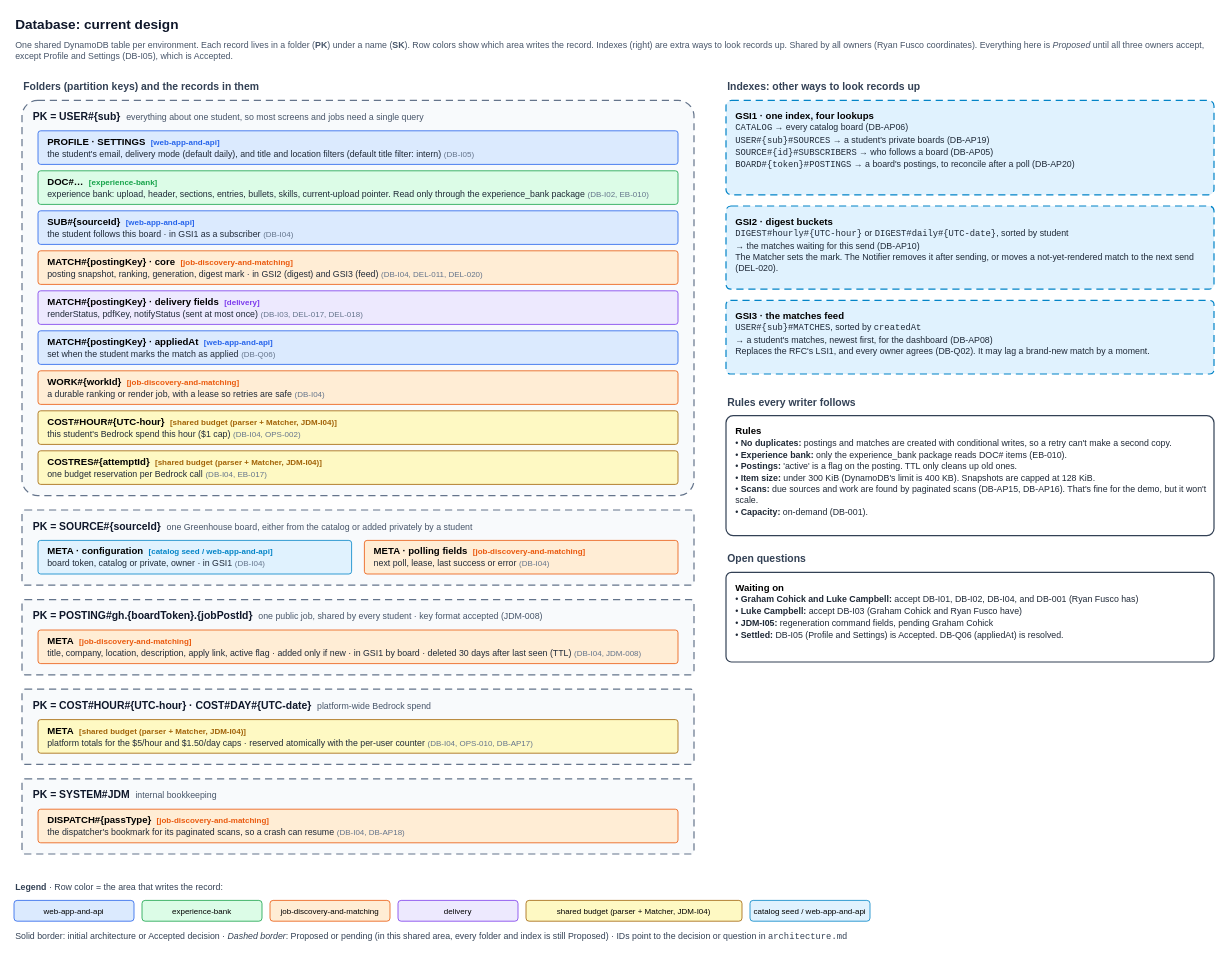
The draw.io diagram planning/architecture/database/architecture.drawio in lukeacampbell/Froop, before the edit. Source tidied: cells renumbered, new cells numbered last; positions are measured from the earlier drawing's top-left corner, leaving out a move shared by most shapes. Both pictures are drawn from the tidied source at 80%, with x=0, y=0 at pixel (14, 14).
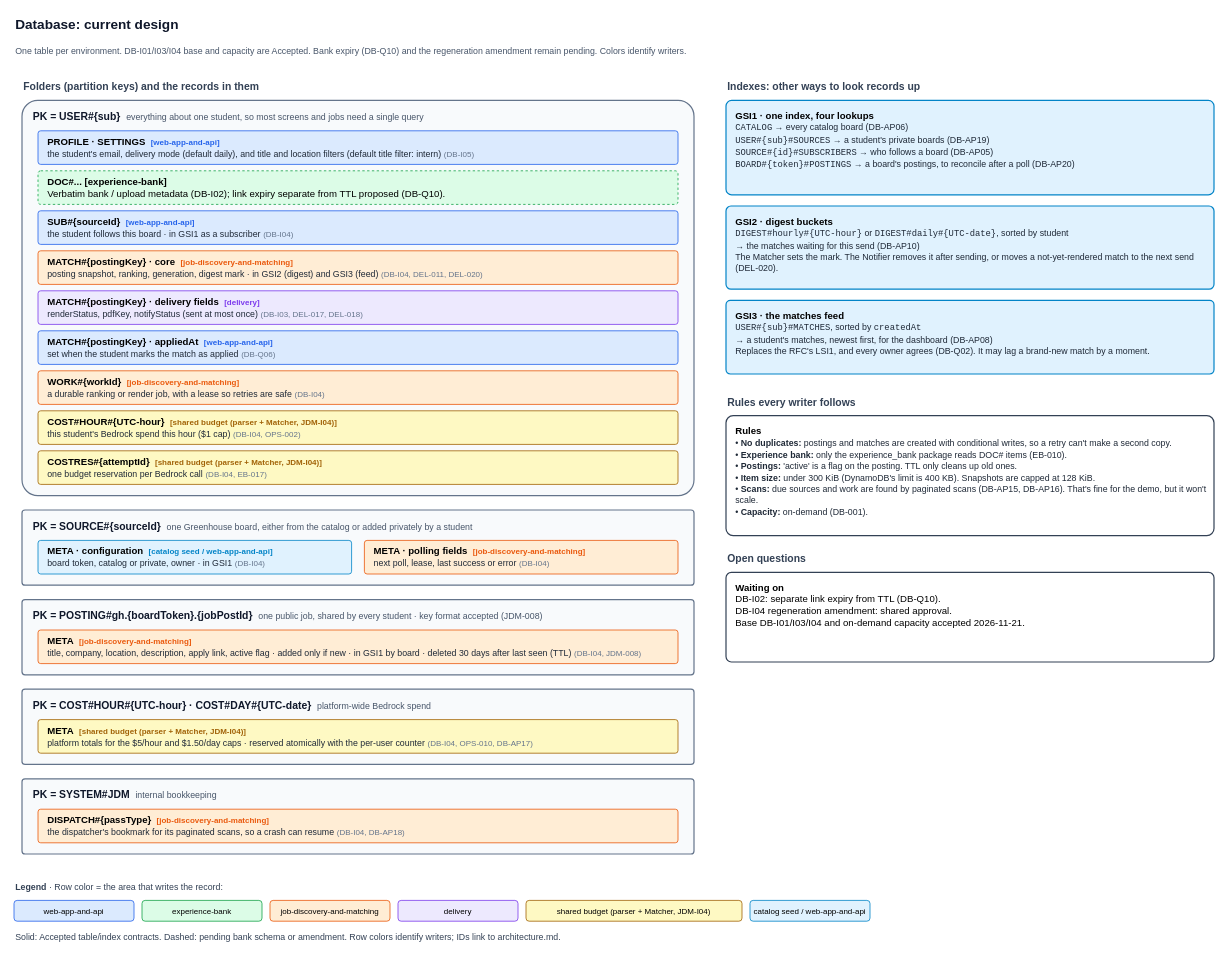
The same page after the edit.

Change to the diagram source:
```diff
@@
-    <mxCell id="3" value="One shared DynamoDB table per environment. Each record lives in a folder (&lt;b&gt;PK&lt;/b&gt;) under a name (&lt;b&gt;SK&lt;/b&gt;). Row colors show which area writes the record. Indexes (right) are extra ways to look records up. Shared by all owners (Ryan Fusco coordinates). Everything here is &lt;i&gt;Proposed&lt;/i&gt; until all three owners accept, except Profile and Settings (DB-I05), which is Accepted." style="text;html=1;align=left;verticalAlign=middle;whiteSpace=wrap;fontSize=11;fontColor=#475569;" parent="1" vertex="1">
+    <mxCell id="3" value="One table per environment. DB-I01/I03/I04 base and capacity are Accepted. Bank expiry (DB-Q10) and the regeneration amendment remain pending. Colors identify writers." style="text;html=1;align=left;verticalAlign=middle;whiteSpace=wrap;fontSize=11;fontColor=#475569;" parent="1" vertex="1">
       <mxGeometry y="28" width="1500" height="36" as="geometry" />
     </mxCell>
@@
-    <mxCell id="5" value="&lt;b&gt;PK = USER#{sub}&lt;/b&gt; &amp;nbsp;&lt;font style='font-size:11px' color='#475569'&gt;everything about one student, so most screens and jobs need a single query&lt;/font&gt;" style="rounded=1;whiteSpace=wrap;html=1;arcSize=4;fillColor=#F8FAFC;strokeColor=#64748B;strokeWidth=1.5;verticalAlign=top;align=left;spacingLeft=12;spacingTop=6;fontSize=13;fontColor=#0F172A;dashed=1;dashPattern=6 4;" parent="1" vertex="1">
+    <mxCell id="5" value="&lt;b&gt;PK = USER#{sub}&lt;/b&gt; &amp;nbsp;&lt;font style='font-size:11px' color='#475569'&gt;everything about one student, so most screens and jobs need a single query&lt;/font&gt;" style="rounded=1;whiteSpace=wrap;html=1;arcSize=4;fillColor=#F8FAFC;strokeColor=#64748B;strokeWidth=1.5;verticalAlign=top;align=left;spacingLeft=12;spacingTop=6;fontSize=13;fontColor=#0F172A;" parent="1" vertex="1">
       <mxGeometry x="10" y="108" width="840" height="494" as="geometry" />
     </mxCell>
@@
-    <mxCell id="7" value="&lt;b&gt;DOC#…&lt;/b&gt; &amp;nbsp;&lt;font style='font-size:10px' color='#16A34A'&gt;&lt;b&gt;[experience-bank]&lt;/b&gt;&lt;/font&gt;&lt;br&gt;&lt;font style='font-size:11px' color='#1F2937'&gt;experience bank: upload, header, sections, entries, bullets, skills, current-upload pointer. Read only through the experience_bank package&lt;/font&gt; &lt;font style='font-size:10px' color='#64748B'&gt;(DB-I02, EB-010)&lt;/font&gt;" style="rounded=1;whiteSpace=wrap;html=1;arcSize=8;fillColor=#DCFCE7;strokeColor=#16A34A;align=left;verticalAlign=middle;spacingLeft=10;fontSize=12;" parent="1" vertex="1">
+    <mxCell id="7" value="&lt;b&gt;DOC#... [experience-bank]&lt;/b&gt;&lt;br&gt;Verbatim bank / upload metadata (DB-I02); link expiry separate from TTL proposed (DB-Q10)." style="dashed=1;rounded=1;whiteSpace=wrap;html=1;arcSize=8;fillColor=#DCFCE7;strokeColor=#16A34A;align=left;verticalAlign=middle;spacingLeft=10;fontSize=12;" parent="1" vertex="1">
       <mxGeometry x="30" y="196" width="800" height="42" as="geometry" />
     </mxCell>
@@
-    <mxCell id="15" value="&lt;b&gt;PK = SOURCE#{sourceId}&lt;/b&gt; &amp;nbsp;&lt;font style='font-size:11px' color='#475569'&gt;one Greenhouse board, either from the catalog or added privately by a student&lt;/font&gt;" style="rounded=1;whiteSpace=wrap;html=1;arcSize=4;fillColor=#F8FAFC;strokeColor=#64748B;strokeWidth=1.5;verticalAlign=top;align=left;spacingLeft=12;spacingTop=6;fontSize=13;fontColor=#0F172A;dashed=1;dashPattern=6 4;" parent="1" vertex="1">
+    <mxCell id="15" value="&lt;b&gt;PK = SOURCE#{sourceId}&lt;/b&gt; &amp;nbsp;&lt;font style='font-size:11px' color='#475569'&gt;one Greenhouse board, either from the catalog or added privately by a student&lt;/font&gt;" style="rounded=1;whiteSpace=wrap;html=1;arcSize=4;fillColor=#F8FAFC;strokeColor=#64748B;strokeWidth=1.5;verticalAlign=top;align=left;spacingLeft=12;spacingTop=6;fontSize=13;fontColor=#0F172A;" parent="1" vertex="1">
       <mxGeometry x="10" y="620" width="840" height="94" as="geometry" />
     </mxCell>
@@
-    <mxCell id="18" value="&lt;b&gt;PK = POSTING#gh.{boardToken}.{jobPostId}&lt;/b&gt; &amp;nbsp;&lt;font style='font-size:11px' color='#475569'&gt;one public job, shared by every student · key format accepted (JDM-008)&lt;/font&gt;" style="rounded=1;whiteSpace=wrap;html=1;arcSize=4;fillColor=#F8FAFC;strokeColor=#64748B;strokeWidth=1.5;verticalAlign=top;align=left;spacingLeft=12;spacingTop=6;fontSize=13;fontColor=#0F172A;dashed=1;dashPattern=6 4;" parent="1" vertex="1">
+    <mxCell id="18" value="&lt;b&gt;PK = POSTING#gh.{boardToken}.{jobPostId}&lt;/b&gt; &amp;nbsp;&lt;font style='font-size:11px' color='#475569'&gt;one public job, shared by every student · key format accepted (JDM-008)&lt;/font&gt;" style="rounded=1;whiteSpace=wrap;html=1;arcSize=4;fillColor=#F8FAFC;strokeColor=#64748B;strokeWidth=1.5;verticalAlign=top;align=left;spacingLeft=12;spacingTop=6;fontSize=13;fontColor=#0F172A;" parent="1" vertex="1">
       <mxGeometry x="10" y="732" width="840" height="94" as="geometry" />
     </mxCell>
@@
-    <mxCell id="20" value="&lt;b&gt;PK = COST#HOUR#{UTC-hour} · COST#DAY#{UTC-date}&lt;/b&gt; &amp;nbsp;&lt;font style='font-size:11px' color='#475569'&gt;platform-wide Bedrock spend&lt;/font&gt;" style="rounded=1;whiteSpace=wrap;html=1;arcSize=4;fillColor=#F8FAFC;strokeColor=#64748B;strokeWidth=1.5;verticalAlign=top;align=left;spacingLeft=12;spacingTop=6;fontSize=13;fontColor=#0F172A;dashed=1;dashPattern=6 4;" parent="1" vertex="1">
+    <mxCell id="20" value="&lt;b&gt;PK = COST#HOUR#{UTC-hour} · COST#DAY#{UTC-date}&lt;/b&gt; &amp;nbsp;&lt;font style='font-size:11px' color='#475569'&gt;platform-wide Bedrock spend&lt;/font&gt;" style="rounded=1;whiteSpace=wrap;html=1;arcSize=4;fillColor=#F8FAFC;strokeColor=#64748B;strokeWidth=1.5;verticalAlign=top;align=left;spacingLeft=12;spacingTop=6;fontSize=13;fontColor=#0F172A;" parent="1" vertex="1">
       <mxGeometry x="10" y="844" width="840" height="94" as="geometry" />
     </mxCell>
@@
-    <mxCell id="22" value="&lt;b&gt;PK = SYSTEM#JDM&lt;/b&gt; &amp;nbsp;&lt;font style='font-size:11px' color='#475569'&gt;internal bookkeeping&lt;/font&gt;" style="rounded=1;whiteSpace=wrap;html=1;arcSize=4;fillColor=#F8FAFC;strokeColor=#64748B;strokeWidth=1.5;verticalAlign=top;align=left;spacingLeft=12;spacingTop=6;fontSize=13;fontColor=#0F172A;dashed=1;dashPattern=6 4;" parent="1" vertex="1">
+    <mxCell id="22" value="&lt;b&gt;PK = SYSTEM#JDM&lt;/b&gt; &amp;nbsp;&lt;font style='font-size:11px' color='#475569'&gt;internal bookkeeping&lt;/font&gt;" style="rounded=1;whiteSpace=wrap;html=1;arcSize=4;fillColor=#F8FAFC;strokeColor=#64748B;strokeWidth=1.5;verticalAlign=top;align=left;spacingLeft=12;spacingTop=6;fontSize=13;fontColor=#0F172A;" parent="1" vertex="1">
       <mxGeometry x="10" y="956" width="840" height="94" as="geometry" />
     </mxCell>
@@
-    <mxCell id="25" value="&lt;b&gt;GSI1 · one index, four lookups&lt;/b&gt;&lt;br&gt;&lt;font style='font-size:11px' color='#1F2937'&gt;&lt;code&gt;CATALOG&lt;/code&gt; → every catalog board (DB-AP06)&lt;br&gt;&lt;code&gt;USER#{sub}#SOURCES&lt;/code&gt; → a student's private boards (DB-AP19)&lt;br&gt;&lt;code&gt;SOURCE#{id}#SUBSCRIBERS&lt;/code&gt; → who follows a board (DB-AP05)&lt;br&gt;&lt;code&gt;BOARD#{token}#POSTINGS&lt;/code&gt; → a board's postings, to reconcile after a poll (DB-AP20)&lt;/font&gt;" style="rounded=1;whiteSpace=wrap;html=1;arcSize=6;fillColor=#E0F2FE;strokeColor=#0284C7;align=left;verticalAlign=top;spacingLeft=10;spacingTop=6;fontSize=12;strokeWidth=1.5;dashed=1;dashPattern=6 4;" parent="1" vertex="1">
+    <mxCell id="25" value="&lt;b&gt;GSI1 · one index, four lookups&lt;/b&gt;&lt;br&gt;&lt;font style='font-size:11px' color='#1F2937'&gt;&lt;code&gt;CATALOG&lt;/code&gt; → every catalog board (DB-AP06)&lt;br&gt;&lt;code&gt;USER#{sub}#SOURCES&lt;/code&gt; → a student's private boards (DB-AP19)&lt;br&gt;&lt;code&gt;SOURCE#{id}#SUBSCRIBERS&lt;/code&gt; → who follows a board (DB-AP05)&lt;br&gt;&lt;code&gt;BOARD#{token}#POSTINGS&lt;/code&gt; → a board's postings, to reconcile after a poll (DB-AP20)&lt;/font&gt;" style="rounded=1;whiteSpace=wrap;html=1;arcSize=6;fillColor=#E0F2FE;strokeColor=#0284C7;align=left;verticalAlign=top;spacingLeft=10;spacingTop=6;fontSize=12;strokeWidth=1.5;" parent="1" vertex="1">
       <mxGeometry x="890" y="108" width="610" height="118" as="geometry" />
     </mxCell>
-    <mxCell id="26" value="&lt;b&gt;GSI2 · digest buckets&lt;/b&gt;&lt;br&gt;&lt;font style='font-size:11px' color='#1F2937'&gt;&lt;code&gt;DIGEST#hourly#{UTC-hour}&lt;/code&gt; or &lt;code&gt;DIGEST#daily#{UTC-date}&lt;/code&gt;, sorted by student&lt;br&gt;→ the matches waiting for this send (DB-AP10)&lt;br&gt;The Matcher sets the mark. The Notifier removes it after sending, or moves a not-yet-rendered match to the next send (DEL-020).&lt;/font&gt;" style="rounded=1;whiteSpace=wrap;html=1;arcSize=6;fillColor=#E0F2FE;strokeColor=#0284C7;align=left;verticalAlign=top;spacingLeft=10;spacingTop=6;fontSize=12;strokeWidth=1.5;dashed=1;dashPattern=6 4;" parent="1" vertex="1">
+    <mxCell id="26" value="&lt;b&gt;GSI2 · digest buckets&lt;/b&gt;&lt;br&gt;&lt;font style='font-size:11px' color='#1F2937'&gt;&lt;code&gt;DIGEST#hourly#{UTC-hour}&lt;/code&gt; or &lt;code&gt;DIGEST#daily#{UTC-date}&lt;/code&gt;, sorted by student&lt;br&gt;→ the matches waiting for this send (DB-AP10)&lt;br&gt;The Matcher sets the mark. The Notifier removes it after sending, or moves a not-yet-rendered match to the next send (DEL-020).&lt;/font&gt;" style="rounded=1;whiteSpace=wrap;html=1;arcSize=6;fillColor=#E0F2FE;strokeColor=#0284C7;align=left;verticalAlign=top;spacingLeft=10;spacingTop=6;fontSize=12;strokeWidth=1.5;" parent="1" vertex="1">
       <mxGeometry x="890" y="240" width="610" height="104" as="geometry" />
     </mxCell>
-    <mxCell id="27" value="&lt;b&gt;GSI3 · the matches feed&lt;/b&gt;&lt;br&gt;&lt;font style='font-size:11px' color='#1F2937'&gt;&lt;code&gt;USER#{sub}#MATCHES&lt;/code&gt;, sorted by &lt;code&gt;createdAt&lt;/code&gt;&lt;br&gt;→ a student's matches, newest first, for the dashboard (DB-AP08)&lt;br&gt;Replaces the RFC's LSI1, and every owner agrees (DB-Q02). It may lag a brand-new match by a moment.&lt;/font&gt;" style="rounded=1;whiteSpace=wrap;html=1;arcSize=6;fillColor=#E0F2FE;strokeColor=#0284C7;align=left;verticalAlign=top;spacingLeft=10;spacingTop=6;fontSize=12;strokeWidth=1.5;dashed=1;dashPattern=6 4;" parent="1" vertex="1">
+    <mxCell id="27" value="&lt;b&gt;GSI3 · the matches feed&lt;/b&gt;&lt;br&gt;&lt;font style='font-size:11px' color='#1F2937'&gt;&lt;code&gt;USER#{sub}#MATCHES&lt;/code&gt;, sorted by &lt;code&gt;createdAt&lt;/code&gt;&lt;br&gt;→ a student's matches, newest first, for the dashboard (DB-AP08)&lt;br&gt;Replaces the RFC's LSI1, and every owner agrees (DB-Q02). It may lag a brand-new match by a moment.&lt;/font&gt;" style="rounded=1;whiteSpace=wrap;html=1;arcSize=6;fillColor=#E0F2FE;strokeColor=#0284C7;align=left;verticalAlign=top;spacingLeft=10;spacingTop=6;fontSize=12;strokeWidth=1.5;" parent="1" vertex="1">
       <mxGeometry x="890" y="358" width="610" height="92" as="geometry" />
     </mxCell>
@@
-    <mxCell id="31" value="&lt;b&gt;Waiting on&lt;/b&gt;&lt;br&gt;&lt;font style='font-size:11px' color='#1F2937'&gt;• &lt;b&gt;Graham Cohick and Luke Campbell:&lt;/b&gt; accept DB-I01, DB-I02, DB-I04, and DB-001 (Ryan Fusco has)&lt;br&gt;• &lt;b&gt;Luke Campbell:&lt;/b&gt; accept DB-I03 (Graham Cohick and Ryan Fusco have)&lt;br&gt;• &lt;b&gt;JDM-I05:&lt;/b&gt; regeneration command fields, pending Graham Cohick&lt;br&gt;• &lt;b&gt;Settled:&lt;/b&gt; DB-I05 (Profile and Settings) is Accepted. DB-Q06 (appliedAt) is resolved.&lt;/font&gt;" style="rounded=1;whiteSpace=wrap;html=1;arcSize=6;fillColor=#FFFFFF;strokeColor=#334155;align=left;verticalAlign=top;spacingLeft=10;spacingTop=6;fontSize=12;strokeWidth=1.5;" parent="1" vertex="1">
+    <mxCell id="31" value="&lt;b&gt;Waiting on&lt;/b&gt;&lt;br&gt;DB-I02: separate link expiry from TTL (DB-Q10).&lt;br&gt;DB-I04 regeneration amendment: shared approval.&lt;br&gt;Base DB-I01/I03/I04 and on-demand capacity accepted 2026-11-21." style="rounded=1;whiteSpace=wrap;html=1;arcSize=6;fillColor=#FFFFFF;strokeColor=#334155;align=left;verticalAlign=top;spacingLeft=10;spacingTop=6;fontSize=12;strokeWidth=1.5;" parent="1" vertex="1">
       <mxGeometry x="890" y="698" width="610" height="112" as="geometry" />
     </mxCell>
@@
-    <mxCell id="39" value="Solid border: initial architecture or Accepted decision · &lt;i&gt;Dashed border&lt;/i&gt;: Proposed or pending (in this shared area, every folder and index is still Proposed) · IDs point to the decision or question in &lt;code&gt;architecture.md&lt;/code&gt;" style="text;html=1;align=left;verticalAlign=middle;whiteSpace=wrap;fontSize=11;fontColor=#334155;" parent="1" vertex="1">
+    <mxCell id="39" value="Solid: Accepted table/index contracts. Dashed: pending bank schema or amendment. Row colors identify writers; IDs link to architecture.md." style="text;html=1;align=left;verticalAlign=middle;whiteSpace=wrap;fontSize=11;fontColor=#334155;" parent="1" vertex="1">
       <mxGeometry y="1142" width="1500" height="24" as="geometry" />
     </mxCell>
```
